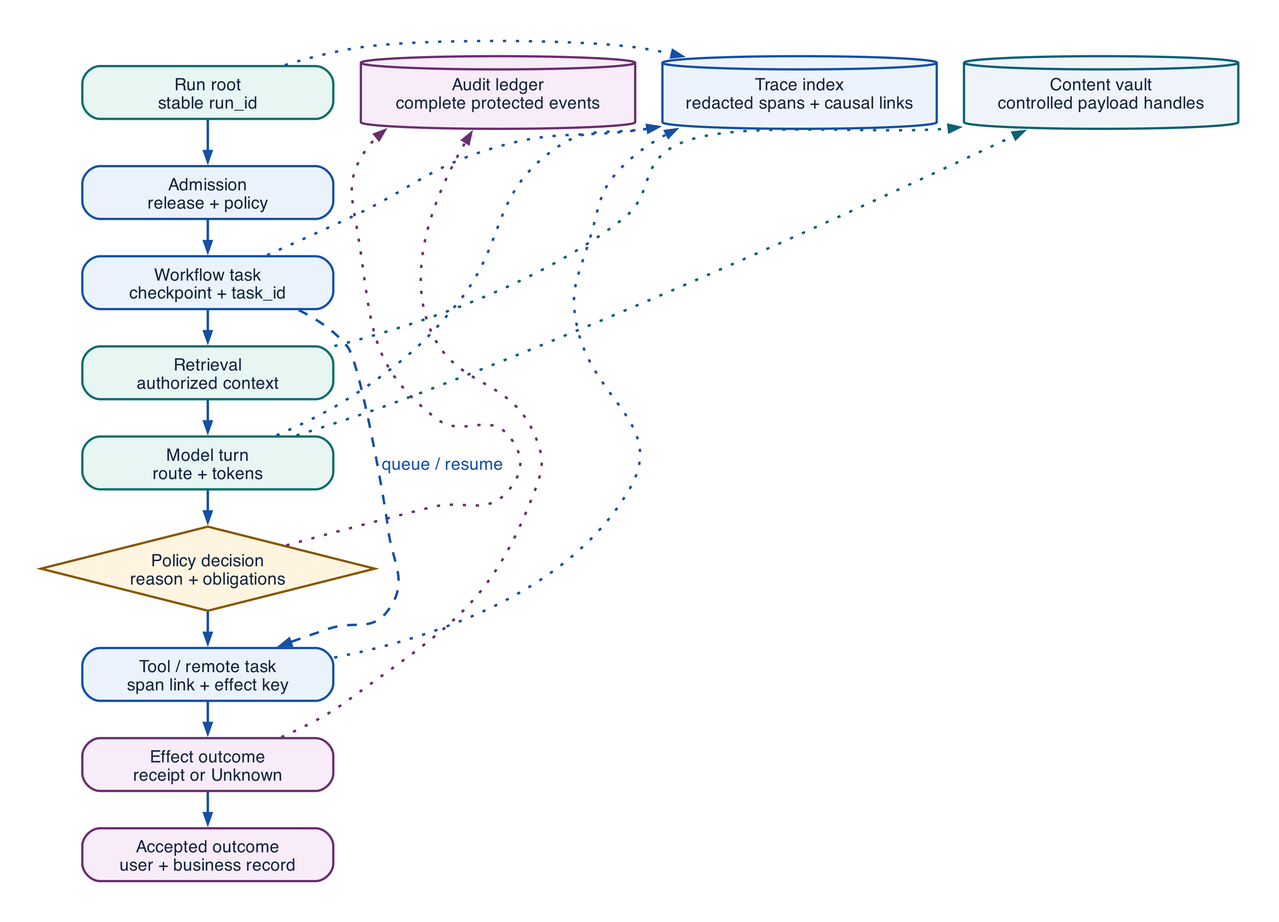
Above: assets/diagrams/causal-trace.png in rrahimi-uci/building-enterprise-general-intelligence (Graphviz), before the change. Its source is kept beside it as assets/diagrams/src/causal-trace.gv.
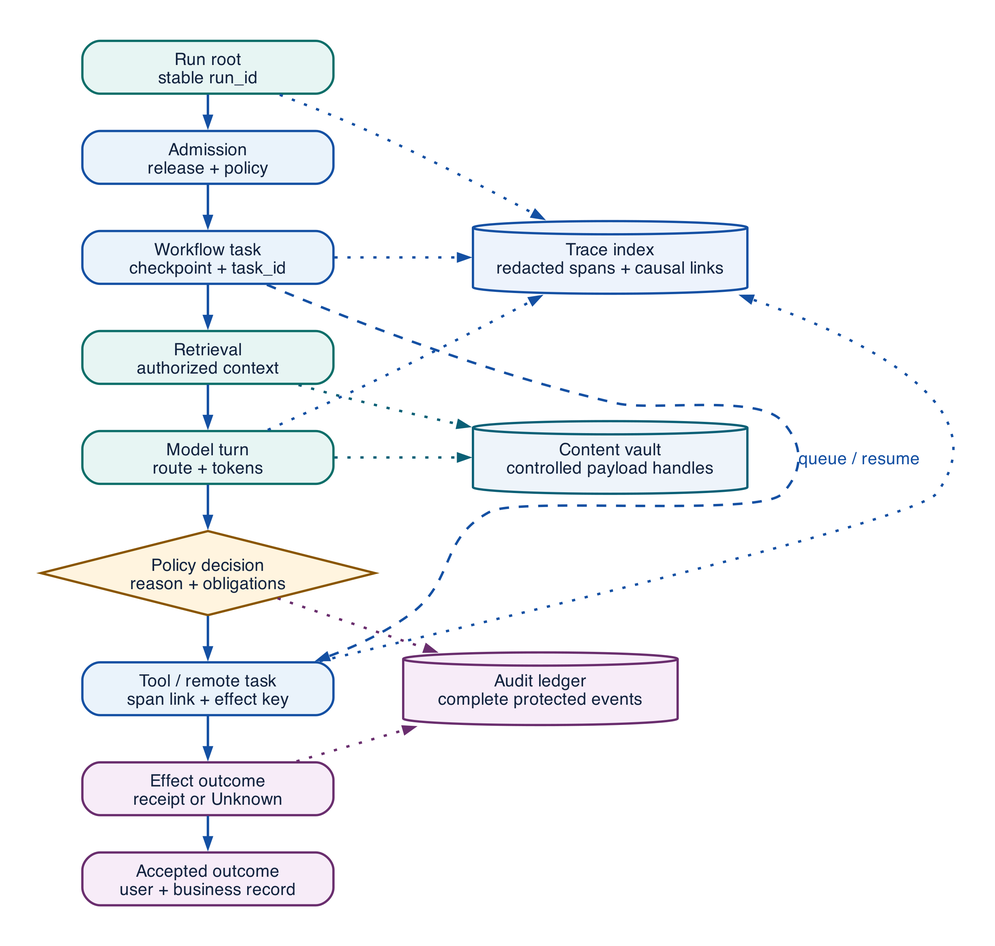
After the commit.

What changed in the source:
```diff
@@ -1,6 +1,6 @@
 digraph causal_trace {
   rankdir = TB
-  graph [ranksep=0.30, nodesep=0.24, compound=true]
+  graph [ranksep=0.30, nodesep=0.60, compound=true]
   node [shape=box, style="filled,rounded", penwidth=1.4, fontsize=10.5,
         margin="0.12,0.07", height=0.43, width=2.15]
   edge [arrowsize=0.65, penwidth=1.5, color="#1450A3"]
@@ -36,5 +36,7 @@
   context -> vault [style=dotted, color="#0B6076", constraint=false]
   model -> vault [style=dotted, color="#0B6076", constraint=false]
 
-  { rank=same; trace; audit; vault }
+  { rank=same; workflow; trace }
+  { rank=same; model; vault }
+  { rank=same; tool; audit }
 }
```
